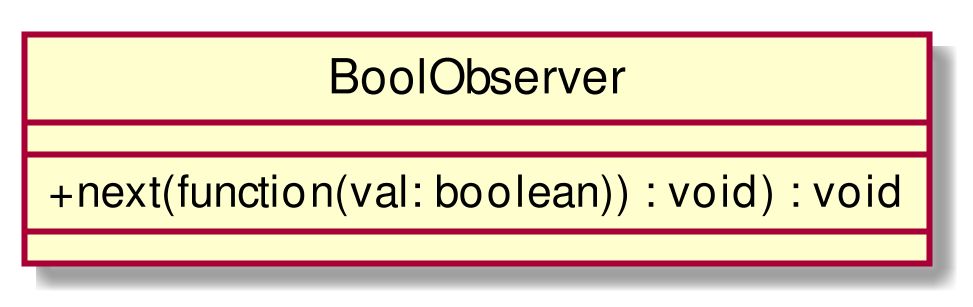
Above: RP/Esterni/DefinizioneDiProdotto/images/ClassBoolObserver.png in CoCodeSWE/Docs (PlantUML), before the change.
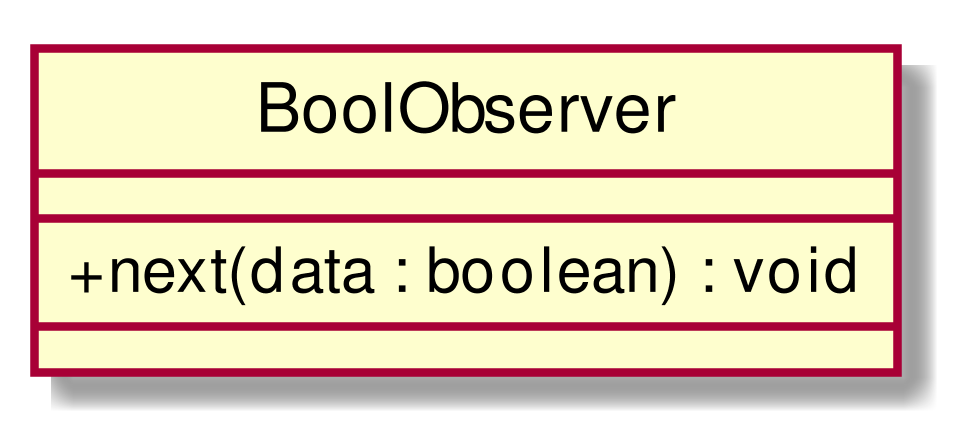
The same diagram one commit later.

What changed in the source:
```diff
@@ -3,7 +3,7 @@
 skinparam classAttributeIconSize 0
 class BoolObserver{
 __
-+ next(function(val: boolean)) : void) : void
++ next(data : boolean) : void
 __
 
 }
```
